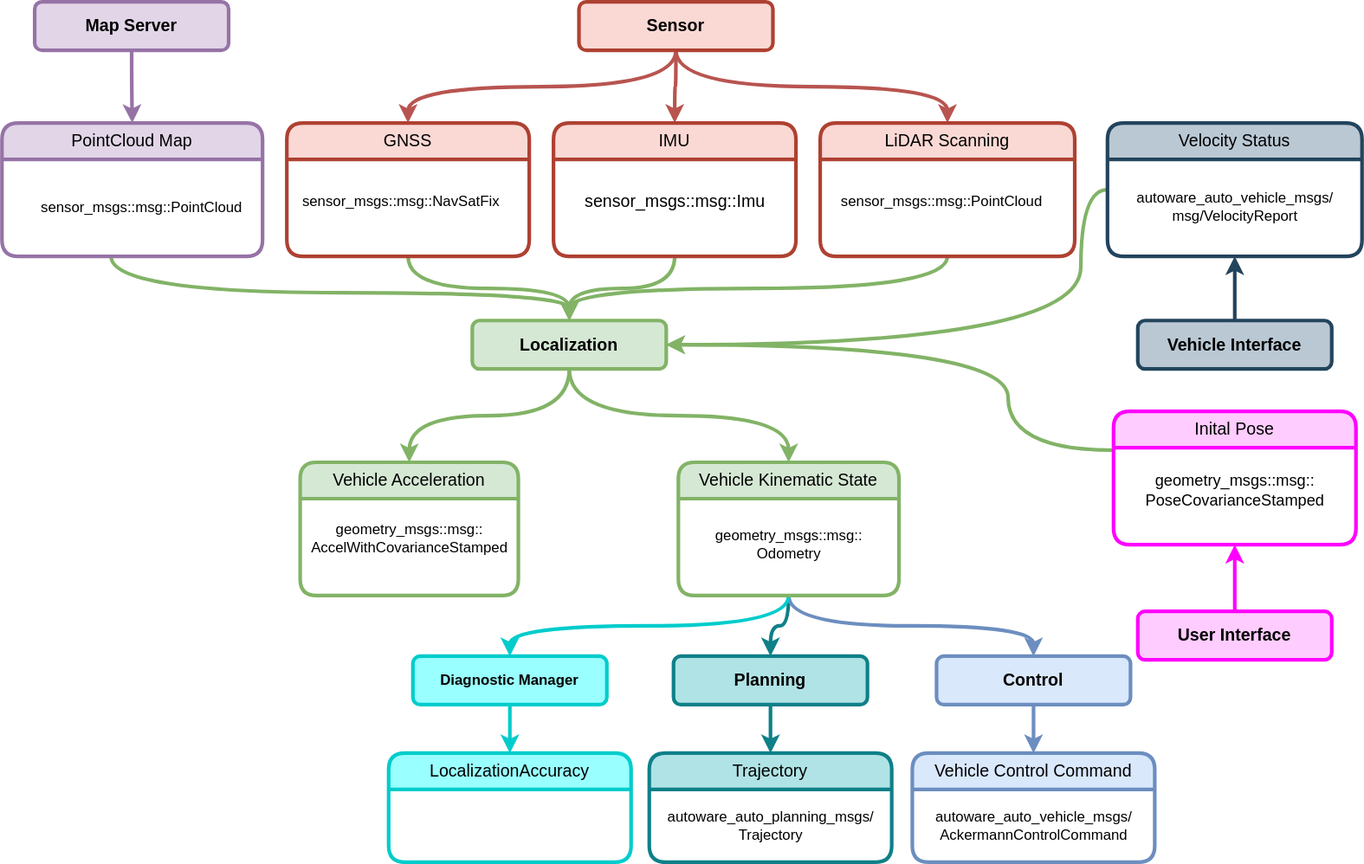
Above: docs/design/autoware-interfaces/components/images/Localization-Bus-ODD-Architecture.drawio.svg in autowarefoundation/autoware-documentation (draw.io), before the change. Source tidied: cells renumbered, new cells last; positions are measured from the earlier drawing's top-left corner, leaving out a move shared by most shapes.
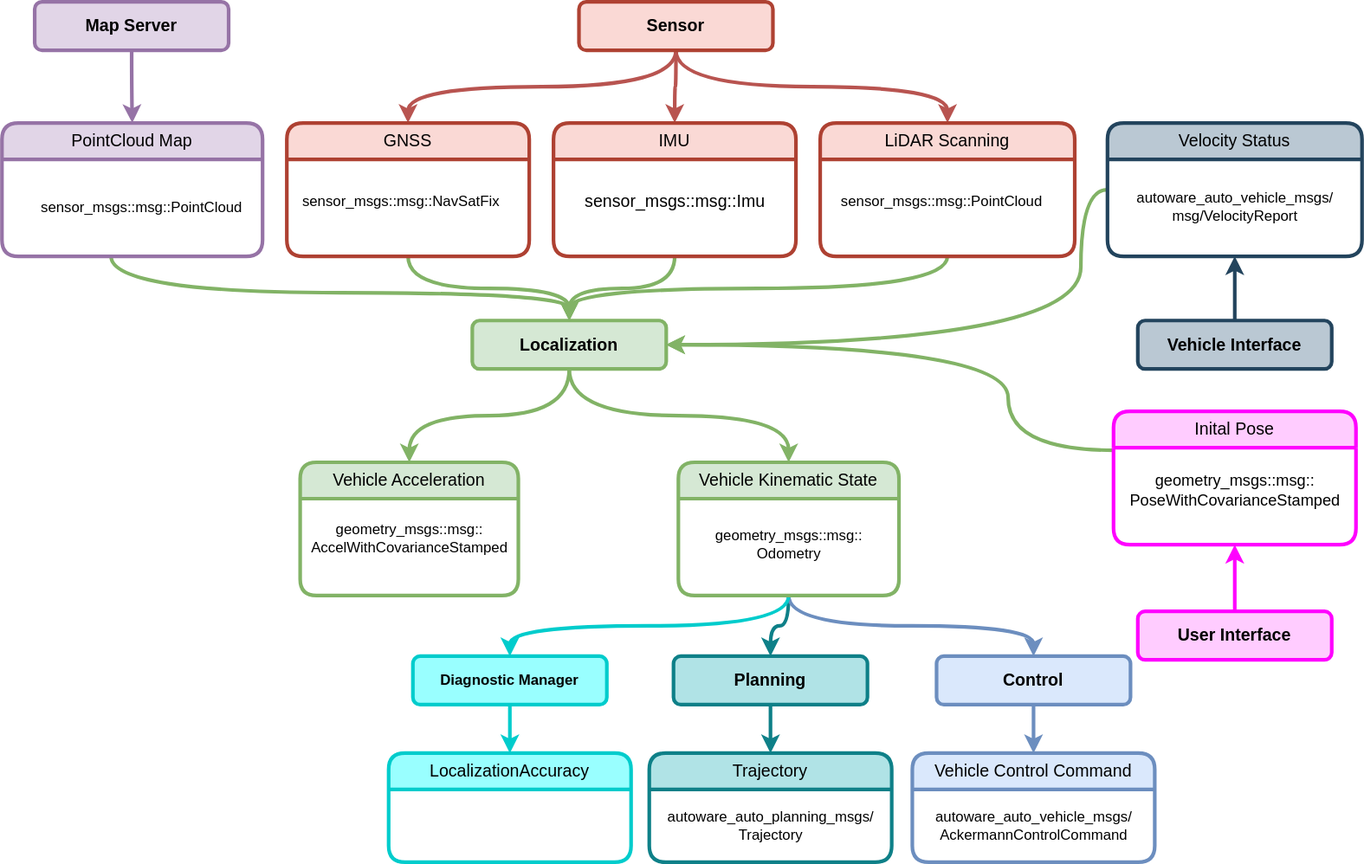
Later version of the same file.

Commit message:
docs(design/autoware-interfaces): add localization interface

The edit, as a diff of the source:
```diff
@@ -14,8 +14,8 @@
     <mxCell id="3" value="Inital Pose" style="swimlane;whiteSpace=wrap;html=1;rounded=1;fillColor=#FFCCFF;strokeColor=#ff00ff;strokeWidth=3;startSize=30;fontStyle=0;fontSize=14;" parent="1" vertex="1">
       <mxGeometry x="917" y="338" width="200" height="110" as="geometry" />
     </mxCell>
-    <mxCell id="4" value="&lt;div style=&quot;font-size: 13px;&quot;&gt;&lt;font style=&quot;font-size: 13px;&quot;&gt;geometry_msgs::msg::&lt;/font&gt;&lt;/div&gt;&lt;div style=&quot;font-size: 13px;&quot;&gt;&lt;font style=&quot;font-size: 13px;&quot;&gt;PoseCovarianceStamped&lt;/font&gt;&lt;/div&gt;" style="text;html=1;align=center;verticalAlign=middle;strokeColor=none;fillColor=none;" parent="3" vertex="1">
-      <mxGeometry x="15" y="45" width="170" height="40" as="geometry" />
+    <mxCell id="4" value="&lt;div style=&quot;font-size: 13px;&quot;&gt;&lt;font style=&quot;font-size: 13px;&quot;&gt;geometry_msgs::msg::&lt;/font&gt;&lt;/div&gt;&lt;div style=&quot;font-size: 13px;&quot;&gt;&lt;font style=&quot;font-size: 13px;&quot;&gt;PoseWithCovarianceStamped&lt;/font&gt;&lt;/div&gt;" style="text;html=1;align=center;verticalAlign=middle;strokeColor=none;fillColor=none;" parent="3" vertex="1">
+      <mxGeometry y="45" width="200" height="40" as="geometry" />
     </mxCell>
     <mxCell id="5" style="edgeStyle=orthogonalEdgeStyle;curved=1;rounded=1;jettySize=auto;html=1;strokeWidth=3;exitX=0.5;exitY=1;exitDx=0;exitDy=0;fillColor=#d5e8d4;strokeColor=#82b366;" parent="1" edge="1" source="7" target="42">
       <mxGeometry relative="1" as="geometry" />
```
